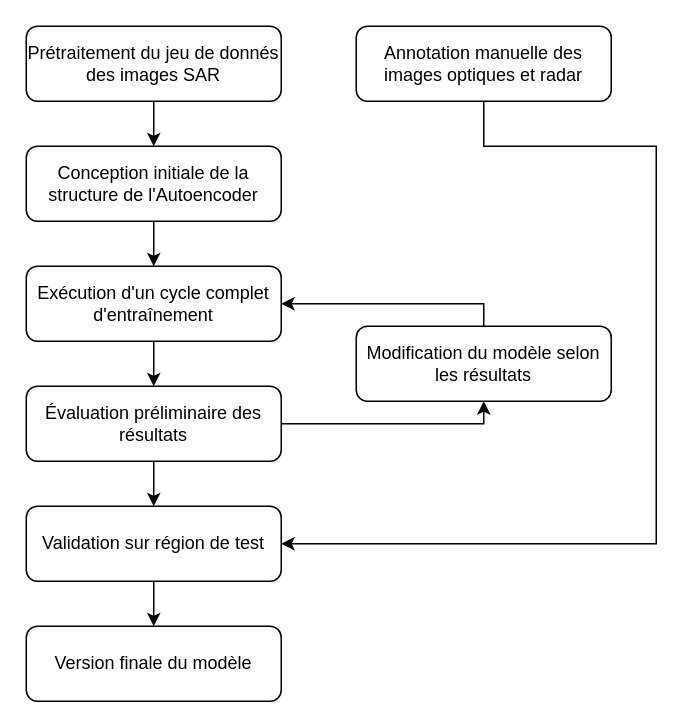
Before: report/flow_chart/flow_chart.drawio in ZhangYiFan2003/SAR_Deforestation_Detection_Autoencoder, a draw.io diagram. Source tidied: cells renumbered, new cells numbered last; positions are measured from the earlier drawing's top-left corner, leaving out a move shared by most shapes. Both pictures are drawn from the tidied source at 150%, with x=0, y=0 at pixel (26, 26).
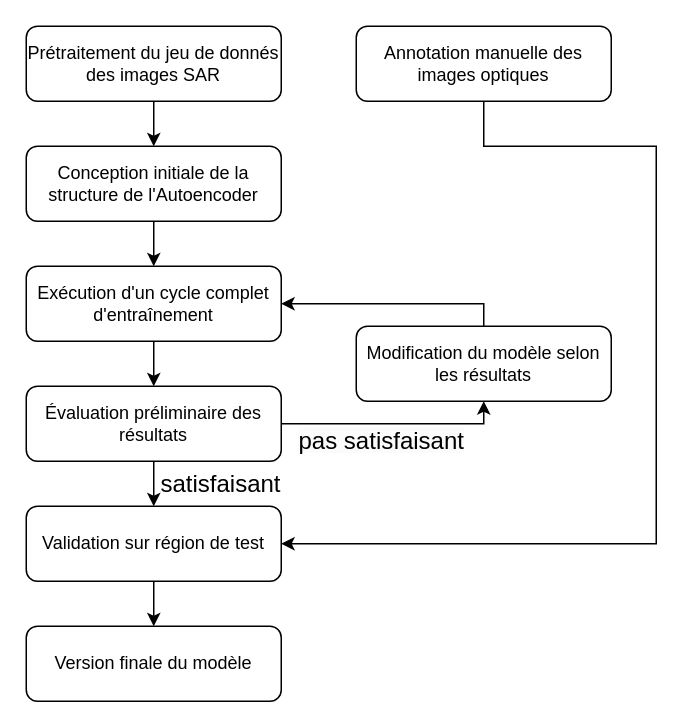
The same page after the edit.

The edit, as a diff of the source:
```diff
@@
-    <mxCell id="3" value="Annotation manuelle des images optiques et radar" style="rounded=1;whiteSpace=wrap;html=1;fontSize=12;glass=0;strokeWidth=1;shadow=0;" parent="1" vertex="1">
+    <mxCell id="3" value="Annotation manuelle des images optiques" style="rounded=1;whiteSpace=wrap;html=1;fontSize=12;glass=0;strokeWidth=1;shadow=0;" parent="1" vertex="1">
       <mxGeometry x="220" width="170" height="50" as="geometry" />
     </mxCell>
@@
+    <mxCell id="18" value="satisfaisant" style="text;html=1;align=center;verticalAlign=middle;whiteSpace=wrap;rounded=0;fontSize=16;" parent="1" vertex="1">
+      <mxGeometry x="100" y="300" width="60" height="10" as="geometry" />
+    </mxCell>
+    <mxCell id="19" value="&lt;span style=&quot;color: rgb(0, 0, 0); font-family: Helvetica; font-size: 16px; font-style: normal; font-variant-ligatures: normal; font-variant-caps: normal; font-weight: 400; letter-spacing: normal; orphans: 2; text-align: center; text-indent: 0px; text-transform: none; widows: 2; word-spacing: 0px; -webkit-text-stroke-width: 0px; white-space: normal; background-color: rgb(251, 251, 251); text-decoration-thickness: initial; text-decoration-style: initial; text-decoration-color: initial; float: none; display: inline !important;&quot;&gt;pas satisfaisant&lt;/span&gt;" style="text;whiteSpace=wrap;html=1;" parent="1" vertex="1">
+      <mxGeometry x="180" y="260" width="130" height="20" as="geometry" />
+    </mxCell>
```
